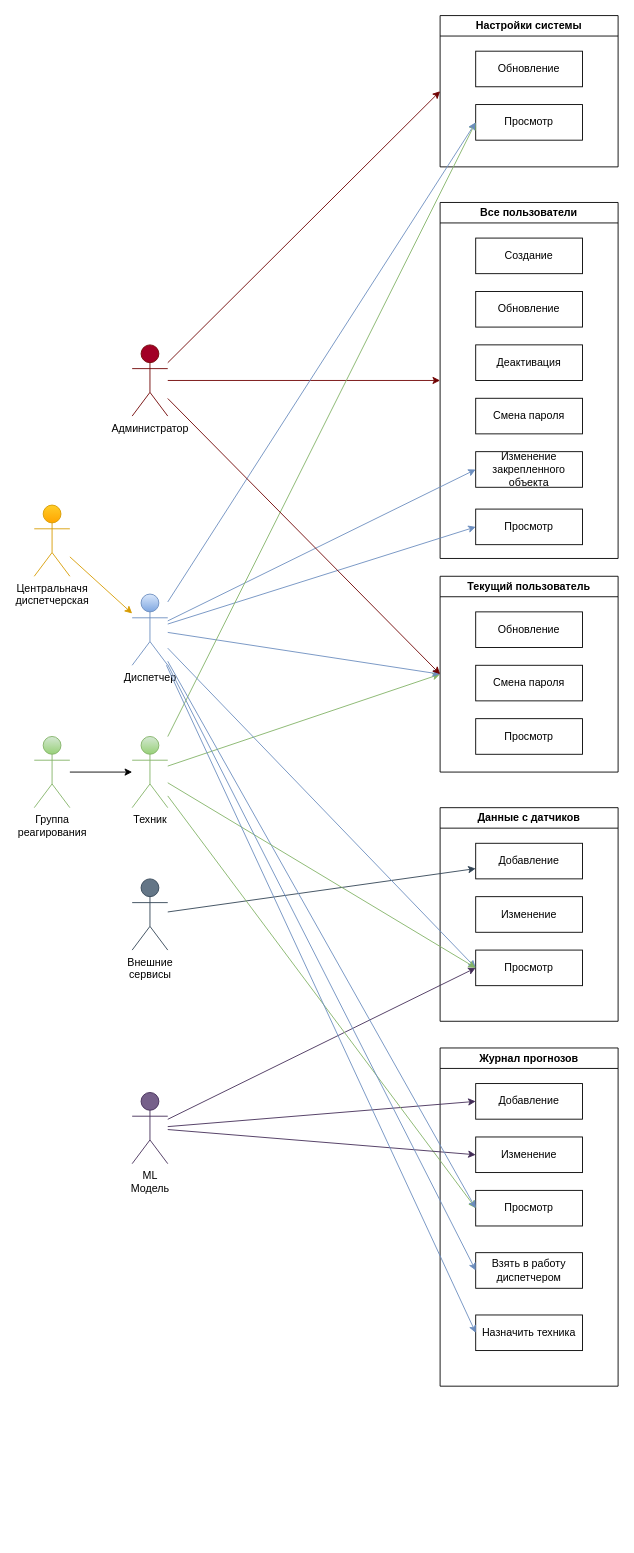
sa100h/lct keeps this draw.io diagram as docs/diagram/Roles.drawio. Above is the earlier version. Source tidied: cells renumbered, new cells numbered last; positions are measured from the earlier drawing's top-left corner, leaving out a move shared by most shapes. Both pictures are drawn from the tidied source at 89%, with x=0, y=0 at pixel (34, 15).
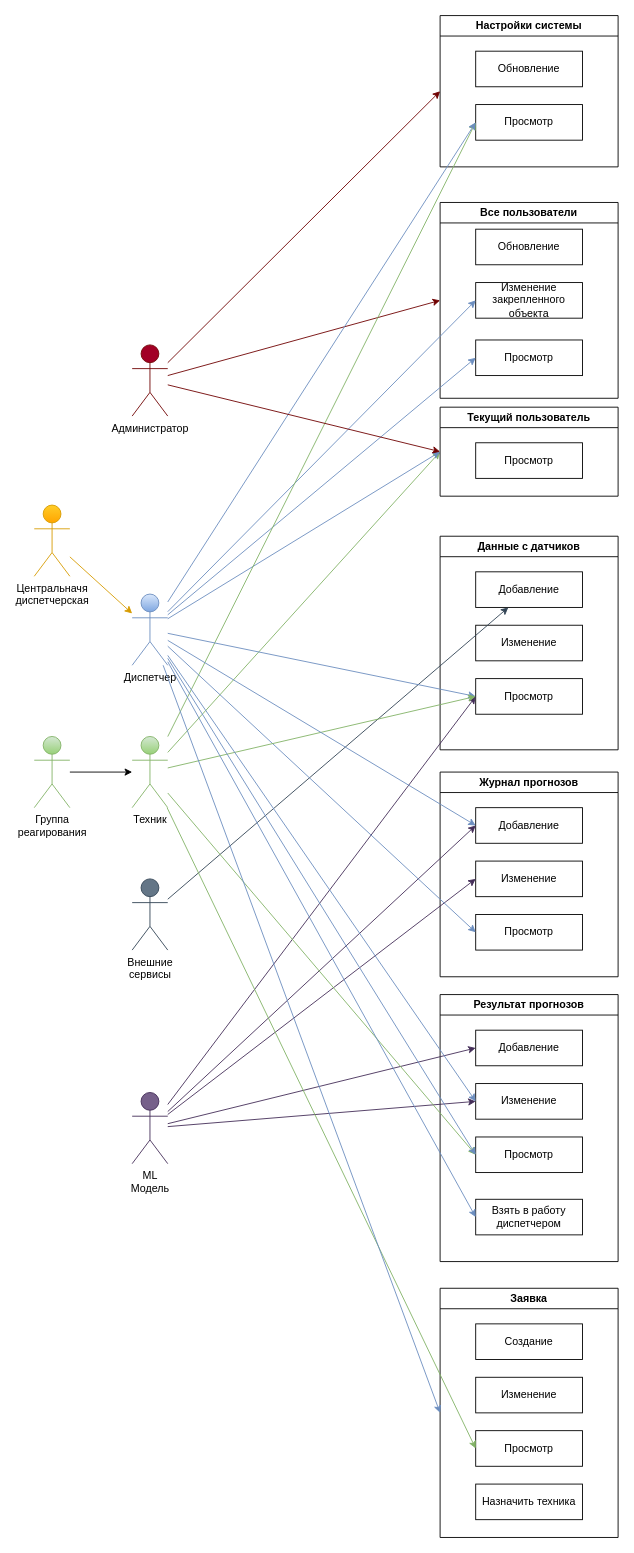
The same diagram, later.

Unchanged cells that the change refers to:
```xml
<mxCell id="10" value="&lt;span style=&quot;text-wrap-mode: wrap;&quot;&gt;Техник&lt;/span&gt;" style="shape=umlActor;verticalLabelPosition=bottom;verticalAlign=top;html=1;outlineConnect=0;fillColor=#d5e8d4;gradientColor=#97d077;strokeColor=#82b366;fontColor=#000000;" parent="1" vertex="1">
  <mxGeometry x="110" y="810" width="40" height="80" as="geometry" />
</mxCell>
<mxCell id="11" value="&lt;span style=&quot;text-wrap-mode: wrap;&quot;&gt;Центральначя диспетчерская&lt;/span&gt;" style="shape=umlActor;verticalLabelPosition=bottom;verticalAlign=top;html=1;outlineConnect=0;fillColor=#ffcd28;gradientColor=#ffa500;strokeColor=#d79b00;fontColor=#000000;" parent="1" vertex="1">
  <mxGeometry y="550" width="40" height="80" as="geometry" />
</mxCell>
<mxCell id="12" value="&lt;span style=&quot;text-wrap-mode: wrap;&quot;&gt;Диспетчер&lt;/span&gt;" style="shape=umlActor;verticalLabelPosition=bottom;verticalAlign=top;html=1;outlineConnect=0;fillColor=#dae8fc;gradientColor=#7ea6e0;strokeColor=#6c8ebf;fontColor=#000000;" parent="1" vertex="1">
  <mxGeometry x="110" y="650" width="40" height="80" as="geometry" />
</mxCell>
<mxCell id="39" value="Добавление" style="rounded=0;whiteSpace=wrap;html=1;fontColor=#000000;" parent="38" vertex="1">
  <mxGeometry x="40" y="40" width="120" height="40" as="geometry" />
</mxCell>
<mxCell id="40" value="Просмотр" style="rounded=0;whiteSpace=wrap;html=1;fontColor=#000000;" parent="38" vertex="1">
  <mxGeometry x="40" y="160" width="120" height="40" as="geometry" />
</mxCell>
<mxCell id="44" value="&lt;span style=&quot;text-wrap-mode: wrap;&quot;&gt;ML Модель&lt;/span&gt;" style="shape=umlActor;verticalLabelPosition=bottom;verticalAlign=top;html=1;outlineConnect=0;fillColor=#76608a;fontColor=#000000;strokeColor=#432D57;" parent="1" vertex="1">
  <mxGeometry x="110" y="1210" width="40" height="80" as="geometry" />
</mxCell>
```

Change to the diagram source:
```diff
@@
     <mxCell id="2" value="Все пользователи" style="swimlane;whiteSpace=wrap;html=1;fontColor=#000000;" parent="1" vertex="1">
-      <mxGeometry x="456" y="210" width="200" height="400" as="geometry" />
+      <mxGeometry x="456" y="210" width="200" height="220" as="geometry" />
     </mxCell>
-    <mxCell id="3" value="Создание" style="rounded=0;whiteSpace=wrap;html=1;fontColor=#000000;" parent="2" vertex="1">
-      <mxGeometry x="40" y="40" width="120" height="40" as="geometry" />
-    </mxCell>
     <mxCell id="4" value="Обновление" style="rounded=0;whiteSpace=wrap;html=1;fontColor=#000000;" parent="2" vertex="1">
-      <mxGeometry x="40" y="100" width="120" height="40" as="geometry" />
+      <mxGeometry x="40" y="30" width="120" height="40" as="geometry" />
     </mxCell>
-    <mxCell id="5" value="Деактивация" style="rounded=0;whiteSpace=wrap;html=1;fontColor=#000000;" parent="2" vertex="1">
-      <mxGeometry x="40" y="160" width="120" height="40" as="geometry" />
-    </mxCell>
-    <mxCell id="6" value="Смена пароля" style="rounded=0;whiteSpace=wrap;html=1;fontColor=#000000;" parent="2" vertex="1">
-      <mxGeometry x="40" y="220" width="120" height="40" as="geometry" />
-    </mxCell>
     <mxCell id="7" value="Изменение закрепленного объекта" style="rounded=0;whiteSpace=wrap;html=1;fontColor=#000000;" parent="2" vertex="1">
-      <mxGeometry x="40" y="280" width="120" height="40" as="geometry" />
+      <mxGeometry x="40" y="90" width="120" height="40" as="geometry" />
     </mxCell>
     <mxCell id="8" value="Просмотр" style="rounded=0;whiteSpace=wrap;html=1;fontColor=#000000;" parent="2" vertex="1">
-      <mxGeometry x="40" y="344.5" width="120" height="40" as="geometry" />
+      <mxGeometry x="40" y="154.5" width="120" height="40" as="geometry" />
     </mxCell>
@@
     <mxCell id="20" value="Текущий пользователь" style="swimlane;whiteSpace=wrap;html=1;fontColor=#000000;" parent="1" vertex="1">
-      <mxGeometry x="456" y="630" width="200" height="220" as="geometry" />
+      <mxGeometry x="456" y="440" width="200" height="100" as="geometry" />
     </mxCell>
-    <mxCell id="21" value="Обновление" style="rounded=0;whiteSpace=wrap;html=1;fontColor=#000000;" parent="20" vertex="1">
-      <mxGeometry x="40" y="40" width="120" height="40" as="geometry" />
-    </mxCell>
-    <mxCell id="22" value="Смена пароля" style="rounded=0;whiteSpace=wrap;html=1;fontColor=#000000;" parent="20" vertex="1">
-      <mxGeometry x="40" y="100" width="120" height="40" as="geometry" />
-    </mxCell>
     <mxCell id="23" value="Просмотр" style="rounded=0;whiteSpace=wrap;html=1;fontColor=#000000;" parent="20" vertex="1">
-      <mxGeometry x="40" y="160" width="120" height="40" as="geometry" />
+      <mxGeometry x="40" y="40" width="120" height="40" as="geometry" />
     </mxCell>
@@
     <mxCell id="25" value="Данные с датчиков" style="swimlane;whiteSpace=wrap;html=1;fontColor=#000000;" parent="1" vertex="1">
-      <mxGeometry x="456" y="890" width="200" height="240" as="geometry" />
+      <mxGeometry x="456" y="585" width="200" height="240" as="geometry" />
     </mxCell>
@@
     <mxCell id="38" value=" Журнал прогнозов" style="swimlane;whiteSpace=wrap;html=1;fontColor=#000000;" parent="1" vertex="1">
-      <mxGeometry x="456" y="1160" width="200" height="380" as="geometry" />
+      <mxGeometry x="456" y="850" width="200" height="230" as="geometry" />
     </mxCell>
@@
-    <mxCell id="42" value="Взять в работу диспетчером" style="rounded=0;whiteSpace=wrap;html=1;fontColor=#000000;" parent="38" vertex="1">
-      <mxGeometry x="40" y="230" width="120" height="40" as="geometry" />
-    </mxCell>
-    <mxCell id="43" value="Назначить техника" style="rounded=0;whiteSpace=wrap;html=1;fontColor=#000000;" parent="38" vertex="1">
-      <mxGeometry x="40" y="300" width="120" height="40" as="geometry" />
-    </mxCell>
@@
-    <mxCell id="47" style="endArrow=classic;html=1;rounded=0;entryX=0;entryY=0.5;entryDx=0;entryDy=0;fillColor=#d5e8d4;gradientColor=#97d077;strokeColor=#82b366;fontColor=#000000;" parent="1" edge="1" source="10" target="40">
-      <mxGeometry relative="1" as="geometry" />
-    </mxCell>
@@
-    <mxCell id="51" style="endArrow=classic;html=1;rounded=0;fillColor=#dae8fc;gradientColor=#7ea6e0;strokeColor=#6c8ebf;entryX=0;entryY=0.5;entryDx=0;entryDy=0;fontColor=#000000;" parent="1" edge="1" source="12" target="43">
-      <mxGeometry relative="1" as="geometry" />
-    </mxCell>
+    <mxCell id="53" style="endArrow=classic;html=1;rounded=0;fillColor=#ffcd28;gradientColor=#ffa500;strokeColor=#d79b00;fontColor=#000000;" parent="1" edge="1" source="11" target="12">
+      <mxGeometry relative="1" as="geometry" />
+    </mxCell>
+    <mxCell id="54" value="Результат прогнозов" style="swimlane;whiteSpace=wrap;html=1;fontColor=#000000;" parent="1" vertex="1">
+      <mxGeometry x="456" y="1100" width="200" height="300" as="geometry" />
+    </mxCell>
+    <mxCell id="55" value="Добавление" style="rounded=0;whiteSpace=wrap;html=1;fontColor=#000000;" parent="54" vertex="1">
+      <mxGeometry x="40" y="40" width="120" height="40" as="geometry" />
+    </mxCell>
+    <mxCell id="56" value="Просмотр" style="rounded=0;whiteSpace=wrap;html=1;fontColor=#000000;" parent="54" vertex="1">
+      <mxGeometry x="40" y="160" width="120" height="40" as="geometry" />
+    </mxCell>
+    <mxCell id="57" value="Изменение" style="rounded=0;whiteSpace=wrap;html=1;fontColor=#000000;" parent="54" vertex="1">
+      <mxGeometry x="40" y="100" width="120" height="40" as="geometry" />
+    </mxCell>
+    <mxCell id="42" value="Взять в работу диспетчером" style="rounded=0;whiteSpace=wrap;html=1;fontColor=#000000;" parent="54" vertex="1">
+      <mxGeometry x="40" y="230" width="120" height="40" as="geometry" />
+    </mxCell>
+    <mxCell id="58" style="endArrow=classic;html=1;rounded=0;fillColor=#dae8fc;gradientColor=#7ea6e0;strokeColor=#6c8ebf;entryX=0;entryY=0.5;entryDx=0;entryDy=0;fontColor=#000000;" parent="1" edge="1" source="12" target="39">
+      <mxGeometry relative="1" as="geometry" />
+    </mxCell>
+    <mxCell id="59" style="endArrow=classic;html=1;rounded=0;fillColor=#76608a;strokeColor=#432D57;entryX=0;entryY=0.5;entryDx=0;entryDy=0;fontColor=#000000;" parent="1" edge="1" source="44" target="55">
+      <mxGeometry relative="1" as="geometry" />
+    </mxCell>
+    <mxCell id="60" style="endArrow=classic;html=1;rounded=0;fillColor=#76608a;strokeColor=#432D57;entryX=0;entryY=0.5;entryDx=0;entryDy=0;fontColor=#000000;" parent="1" edge="1" source="44" target="57">
+      <mxGeometry relative="1" as="geometry" />
+    </mxCell>
+    <mxCell id="61" style="endArrow=classic;html=1;rounded=0;entryX=0;entryY=0.5;entryDx=0;entryDy=0;fillColor=#d5e8d4;gradientColor=#97d077;strokeColor=#82b366;fontColor=#000000;" parent="1" edge="1" source="10" target="56">
+      <mxGeometry relative="1" as="geometry" />
+    </mxCell>
+    <mxCell id="62" style="endArrow=classic;html=1;rounded=0;fillColor=#dae8fc;gradientColor=#7ea6e0;strokeColor=#6c8ebf;entryX=0;entryY=0.5;entryDx=0;entryDy=0;fontColor=#000000;" parent="1" edge="1" source="12" target="56">
+      <mxGeometry relative="1" as="geometry" />
+    </mxCell>
@@
-    <mxCell id="53" style="endArrow=classic;html=1;rounded=0;fillColor=#ffcd28;gradientColor=#ffa500;strokeColor=#d79b00;fontColor=#000000;" parent="1" edge="1" source="11" target="12">
-      <mxGeometry relative="1" as="geometry" />
-    </mxCell>
+    <mxCell id="63" style="endArrow=classic;html=1;rounded=0;fillColor=#dae8fc;gradientColor=#7ea6e0;strokeColor=#6c8ebf;entryX=0;entryY=0.5;entryDx=0;entryDy=0;fontColor=#000000;" parent="1" edge="1" source="12" target="57">
+      <mxGeometry relative="1" as="geometry" />
+    </mxCell>
+    <mxCell id="64" value="Заявка" style="swimlane;whiteSpace=wrap;html=1;fontColor=#000000;" parent="1" vertex="1">
+      <mxGeometry x="456" y="1430" width="200" height="280" as="geometry" />
+    </mxCell>
+    <mxCell id="3" value="Создание" style="rounded=0;whiteSpace=wrap;html=1;fontColor=#000000;" parent="64" vertex="1">
+      <mxGeometry x="40" y="40" width="120" height="40" as="geometry" />
+    </mxCell>
+    <mxCell id="65" value="Просмотр" style="rounded=0;whiteSpace=wrap;html=1;fontColor=#000000;" parent="64" vertex="1">
+      <mxGeometry x="40" y="160" width="120" height="40" as="geometry" />
+    </mxCell>
+    <mxCell id="66" value="Изменение" style="rounded=0;whiteSpace=wrap;html=1;fontColor=#000000;" parent="64" vertex="1">
+      <mxGeometry x="40" y="100" width="120" height="40" as="geometry" />
+    </mxCell>
+    <mxCell id="43" value="Назначить техника" style="rounded=0;whiteSpace=wrap;html=1;fontColor=#000000;" parent="64" vertex="1">
+      <mxGeometry x="40" y="220" width="120" height="40" as="geometry" />
+    </mxCell>
+    <mxCell id="67" style="endArrow=classic;html=1;rounded=0;entryX=0;entryY=0.5;entryDx=0;entryDy=0;fillColor=#d5e8d4;gradientColor=#97d077;strokeColor=#82b366;fontColor=#000000;" parent="1" edge="1" source="10" target="65">
+      <mxGeometry relative="1" as="geometry" />
+    </mxCell>
+    <mxCell id="68" style="endArrow=classic;html=1;rounded=0;fillColor=#dae8fc;gradientColor=#7ea6e0;strokeColor=#6c8ebf;entryX=0;entryY=0.5;entryDx=0;entryDy=0;fontColor=#000000;" parent="1" edge="1" source="12" target="64">
+      <mxGeometry relative="1" as="geometry" />
+    </mxCell>
```
